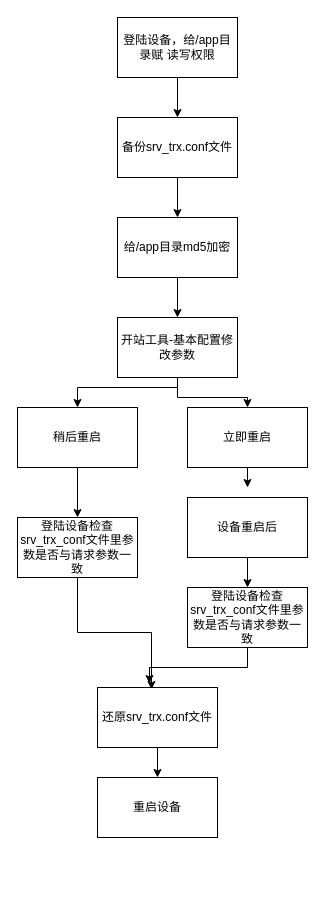
The draw.io diagram 开站工具_基本配置.drawio in Chenguoqing2008/drawio, before the edit. Source tidied: cells renumbered, new cells numbered last; positions are measured from the earlier drawing's top-left corner, leaving out a move shared by most shapes. Both pictures are drawn from the tidied source at 100%, with x=0, y=0 at pixel (17, 17).
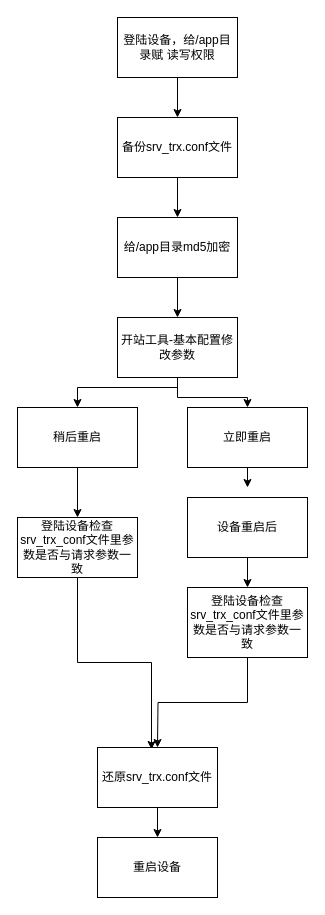
The same diagram, later.

Commit message (it also covers changes not shown here):
Update 开站工具_基本配置.drawio

Change to the diagram source:
```diff
@@
-    <mxCell id="19" style="edgeStyle=orthogonalEdgeStyle;rounded=0;jettySize=auto;html=1;exitX=0.5;exitY=1;exitDx=0;exitDy=0;entryX=0.433;entryY=-0.067;entryDx=0;entryDy=0;entryPerimeter=0;" parent="1" edge="1" source="20" target="22">
-      <mxGeometry relative="1" as="geometry" />
-    </mxCell>
+    <mxCell id="24" style="edgeStyle=orthogonalEdgeStyle;rounded=0;jettySize=auto;html=1;exitX=0.5;exitY=1;exitDx=0;exitDy=0;" parent="1" edge="1" source="20">
+      <mxGeometry relative="1" as="geometry">
+        <mxPoint x="140" y="730" as="targetPoint" />
+      </mxGeometry>
+    </mxCell>
     <mxCell id="20" value="登陆设备检查srv_trx_conf文件里参数是否与请求参数一致" style="rounded=0;whiteSpace=wrap;html=1;" parent="1" vertex="1">
-      <mxGeometry x="170" y="570" width="120" height="60" as="geometry" />
+      <mxGeometry x="170" y="570" width="120" height="70" as="geometry" />
     </mxCell>
@@
     <mxCell id="22" value="还原srv_trx.conf文件" style="rounded=0;whiteSpace=wrap;html=1;" parent="1" vertex="1">
-      <mxGeometry x="80" y="670" width="120" height="60" as="geometry" />
+      <mxGeometry x="80" y="730" width="120" height="60" as="geometry" />
     </mxCell>
     <mxCell id="23" value="重启设备" style="rounded=0;whiteSpace=wrap;html=1;" parent="1" vertex="1">
-      <mxGeometry x="80" y="760" width="120" height="60" as="geometry" />
+      <mxGeometry x="80" y="820" width="120" height="60" as="geometry" />
     </mxCell>
```
